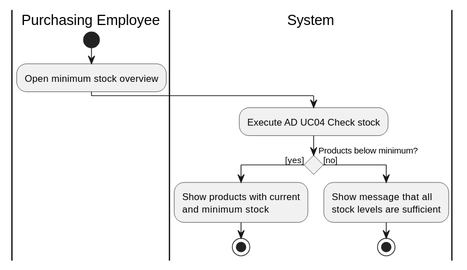
Before: Documentation/Architecture/uml/export/activity_diagrams/AD03_View_minimum_stock.svg, a diagram exported from PlantUML (ViktorQorri/Project-Timaflu).
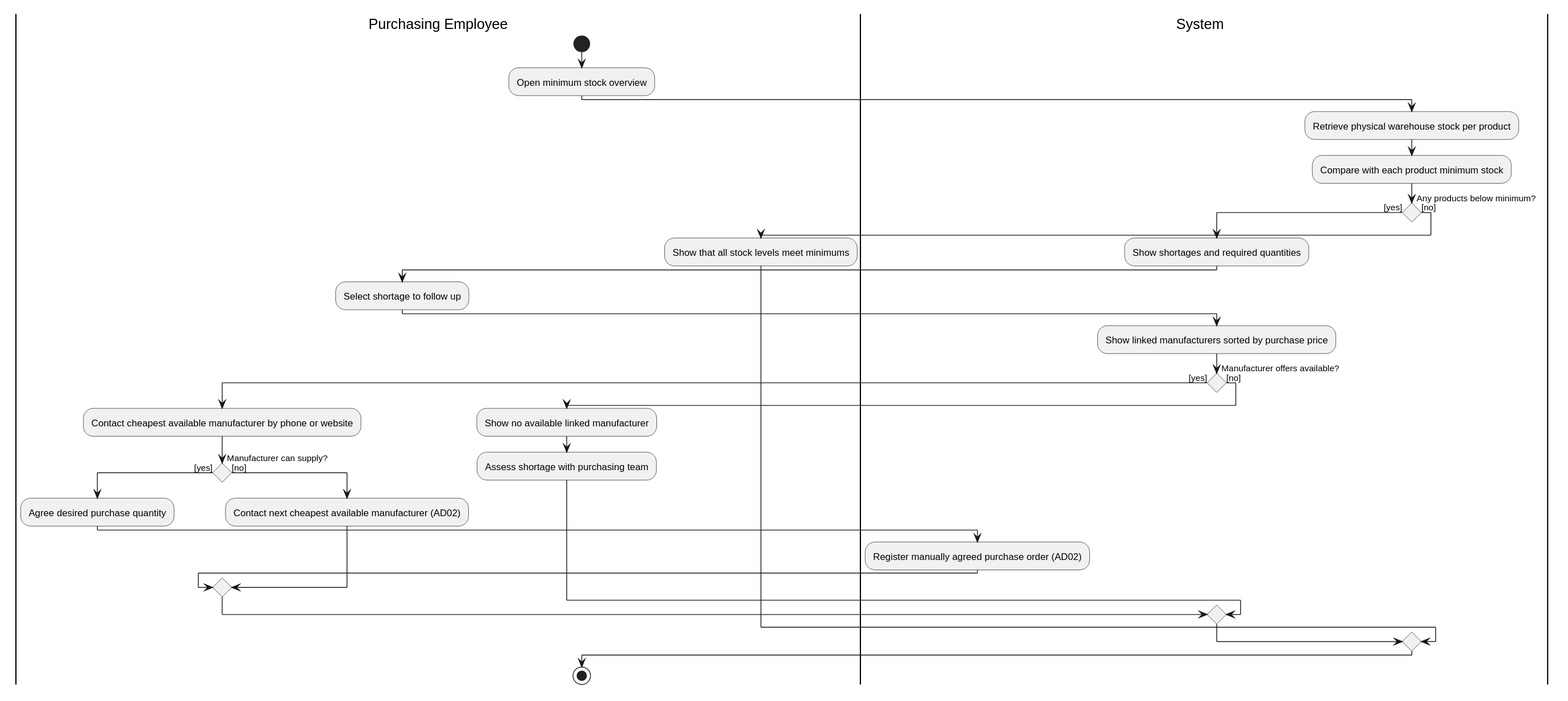
Above is the later version.

Commit message:
Correct minimum-stock purchasing activity and refresh diagrams

The edit, as a diff of the source:
```diff
@@ -2,17 +2,37 @@
 skinparam conditionStyle diamond
 skinparam ConditionEndStyle diamond
 skinparam ActivityDiamondFontSize 11
+skinparam swimlaneWidth 220
 |Purchasing Employee|
 start
 :Open minimum stock overview;
 |System|
-:Execute AD UC04 Check stock;
-if (Products below minimum?) then ([yes])
-  :Show products with current\nand minimum stock;
-  stop
+:Retrieve physical warehouse stock per product;
+:Compare with each product minimum stock;
+if (Any products below minimum?) then ([yes])
+  :Show shortages and required quantities;
+  |Purchasing Employee|
+  :Select shortage to follow up;
+  |System|
+  :Show linked manufacturers sorted by purchase price;
+  if (Manufacturer offers available?) then ([yes])
+    |Purchasing Employee|
+    :Contact cheapest available manufacturer by phone or website;
+    if (Manufacturer can supply?) then ([yes])
+      :Agree desired purchase quantity;
+      |System|
+      :Register manually agreed purchase order (AD02);
+    else ([no])
+      |Purchasing Employee|
+      :Contact next cheapest available manufacturer (AD02);
+    endif
+  else ([no])
+    :Show no available linked manufacturer;
+    |Purchasing Employee|
+    :Assess shortage with purchasing team;
+  endif
 else ([no])
-  |System|
-  :Show message that all\nstock levels are sufficient;
-  stop
+  :Show that all stock levels meet minimums;
 endif
+stop
 @enduml
```
